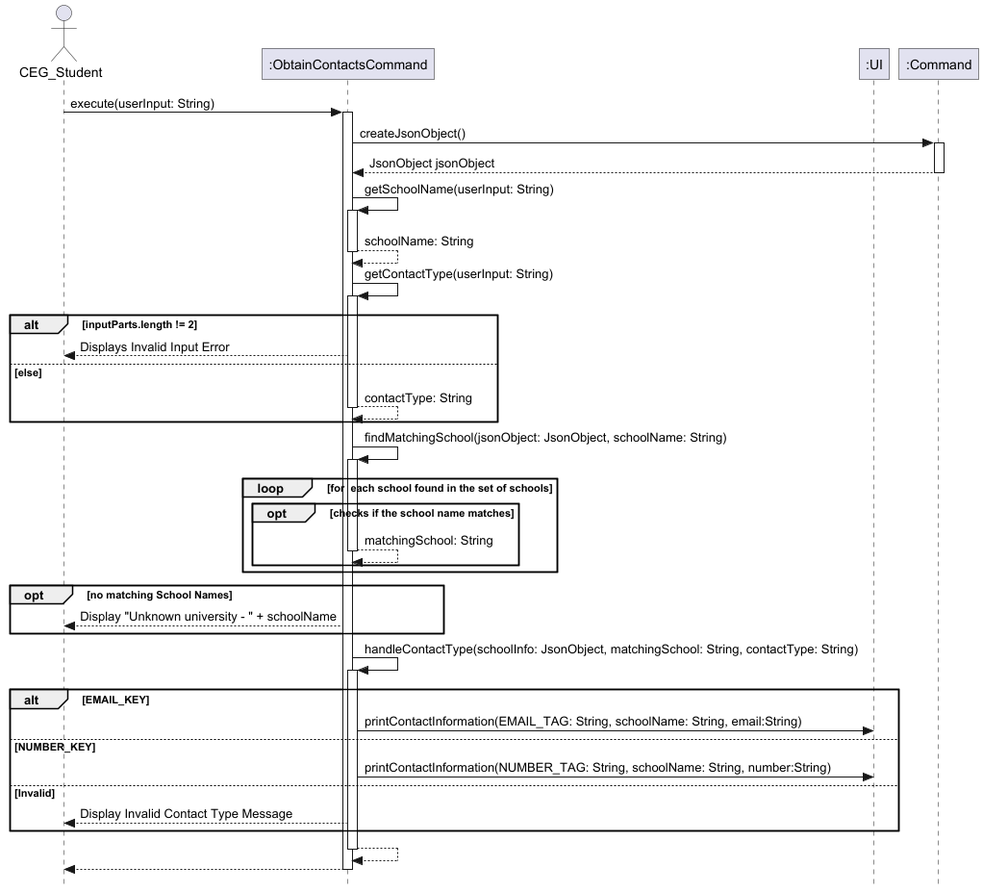
Above: docs/images/ObtainContactsCommand.png in nus-cs2113-AY2425S1/tp (PlantUML), before the change.
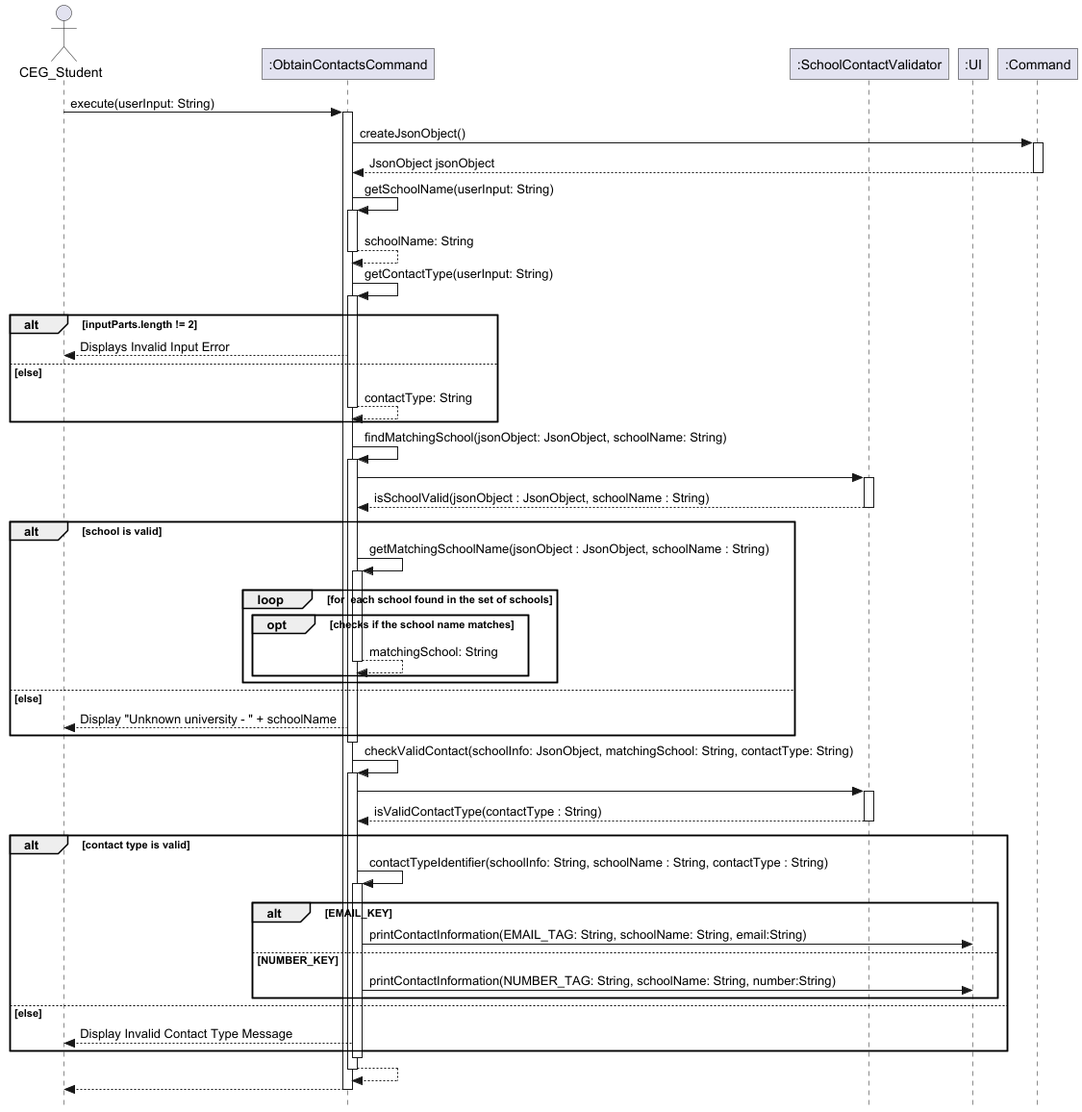
After the change.

Commit message:
Update diagrams to new implementation

Change to the diagram source:
```diff
@@ -5,6 +5,8 @@
 
 actor CEG_Student
 participant ":ObtainContactsCommand" as ObtainContactsCommand
+participant ":SchoolContactValidator" as SchoolContactValidator
+
 participant ":UI" as UI
 participant ":Command" as Command
 
@@ -33,28 +35,46 @@
 ObtainContactsCommand -> ObtainContactsCommand: findMatchingSchool(jsonObject: JsonObject, schoolName: String)
 activate ObtainContactsCommand
 
-loop for  each school found in the set of schools
-    opt checks if the school name matches
-        return matchingSchool: String
+ObtainContactsCommand -> SchoolContactValidator
+activate SchoolContactValidator
+SchoolContactValidator --> ObtainContactsCommand: isSchoolValid(jsonObject : JsonObject, schoolName : String)
+deactivate SchoolContactValidator
+
+alt school is valid
+    ObtainContactsCommand -> ObtainContactsCommand: getMatchingSchoolName(jsonObject : JsonObject, schoolName : String)
+    activate ObtainContactsCommand
+    loop for  each school found in the set of schools
+        opt checks if the school name matches
+            return matchingSchool: String
+        end
     end
+else else
+        ObtainContactsCommand --> CEG_Student: Display "Unknown university - " + schoolName
 end
+deactivate ObtainContactsCommand
 
-opt no matching School Names
-    ObtainContactsCommand --> CEG_Student: Display "Unknown university - " + schoolName
-end
-
-ObtainContactsCommand -> ObtainContactsCommand: handleContactType(schoolInfo: JsonObject, matchingSchool: String, contactType: String)
+ObtainContactsCommand -> ObtainContactsCommand: checkValidContact(schoolInfo: JsonObject, matchingSchool: String, contactType: String)
 activate ObtainContactsCommand
 
-alt EMAIL_KEY
-    ObtainContactsCommand -> UI: printContactInformation(EMAIL_TAG: String, schoolName: String, email:String)
-else NUMBER_KEY
-    ObtainContactsCommand -> UI: printContactInformation(NUMBER_TAG: String, schoolName: String, number:String)
-else Invalid
+ObtainContactsCommand -> SchoolContactValidator
+activate SchoolContactValidator
+SchoolContactValidator --> ObtainContactsCommand: isValidContactType(contactType : String)
+deactivate SchoolContactValidator
+
+alt contact type is valid
+    ObtainContactsCommand -> ObtainContactsCommand: contactTypeIdentifier(schoolInfo: String, schoolName : String, contactType : String)
+    activate ObtainContactsCommand
+
+    alt EMAIL_KEY
+        ObtainContactsCommand -> UI: printContactInformation(EMAIL_TAG: String, schoolName: String, email:String)
+    else NUMBER_KEY
+        ObtainContactsCommand -> UI: printContactInformation(NUMBER_TAG: String, schoolName: String, number:String)
+    end
+else else
     ObtainContactsCommand --> CEG_Student: Display Invalid Contact Type Message
 end
 
-
+deactivate ObtainContactsCommand
 ObtainContactsCommand --> ObtainContactsCommand
 deactivate ObtainContactsCommand
 
```
